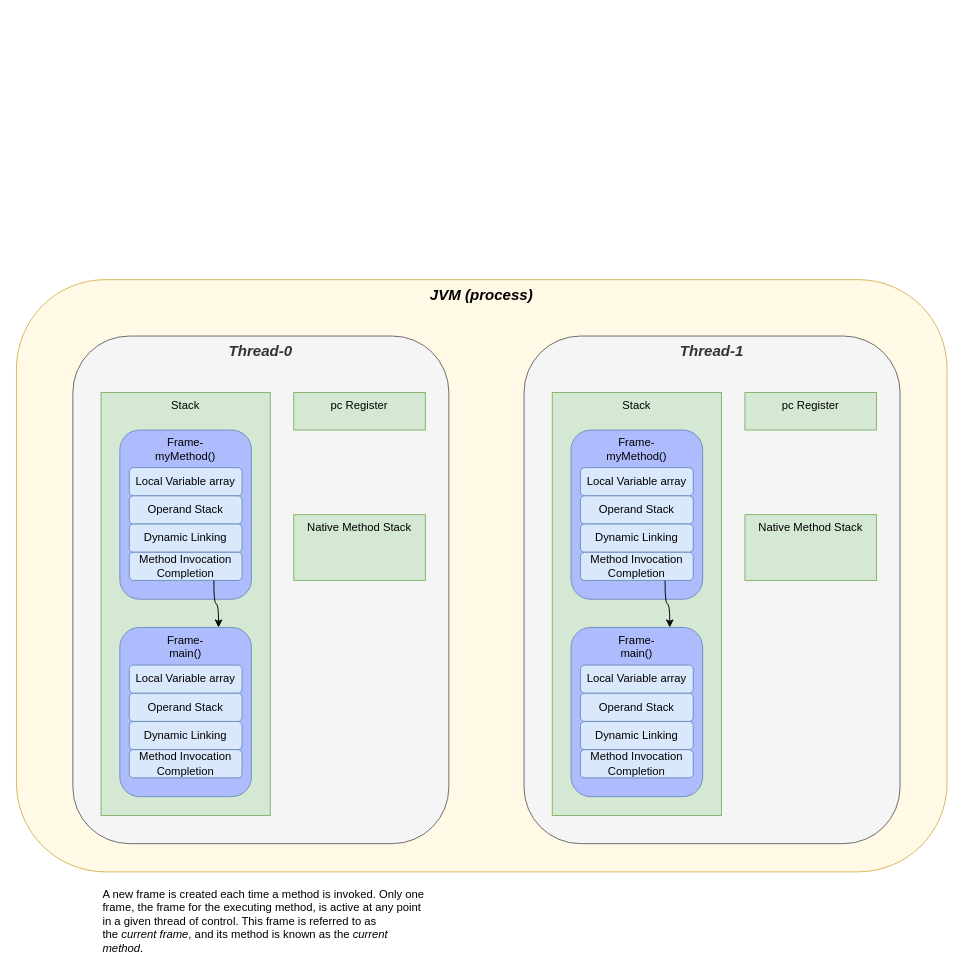
Before: page "JVM Overview" (1 of 2) of Java/JVM/JVM-overview.drawio in xzhhzx/study-note, a draw.io diagram. Source tidied: cells renumbered, new cells numbered last; positions are measured from the earlier drawing's top-left corner, leaving out a move shared by most shapes. Both pictures are drawn from the tidied source at 94%, with x=0, y=0 at pixel (16, 279).
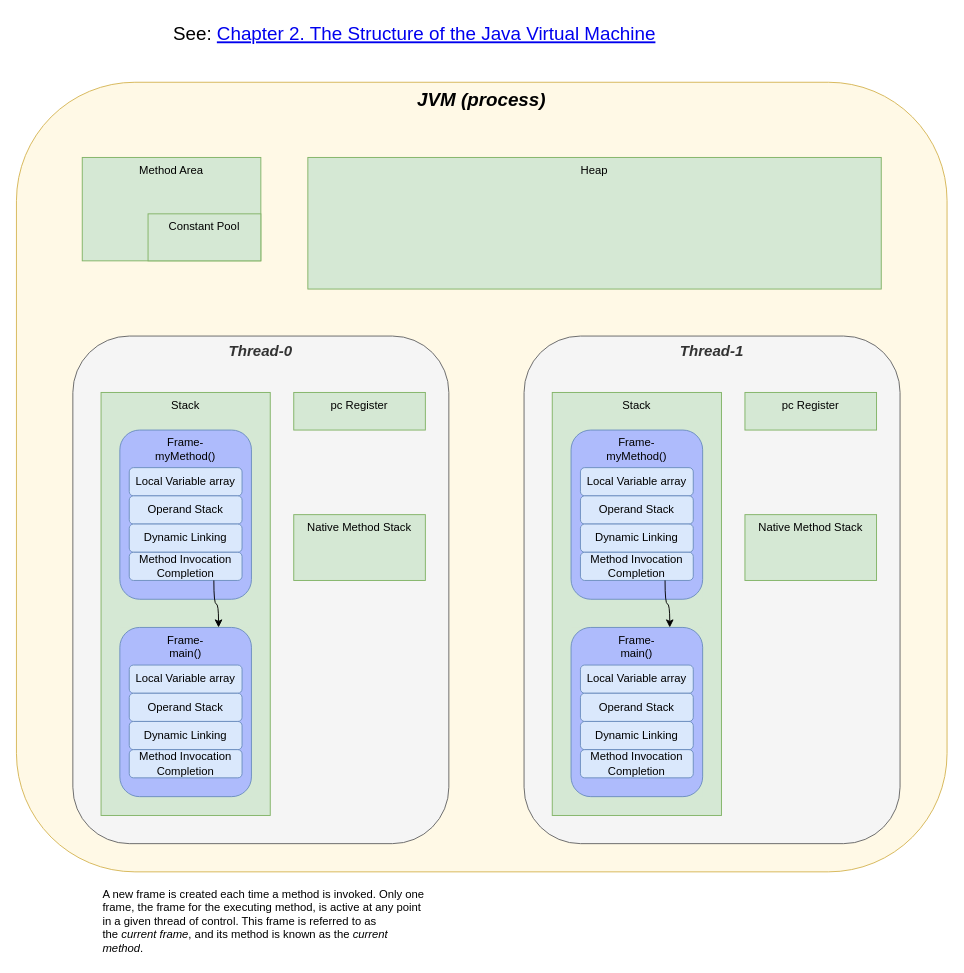
The same page after the edit.

What changed in the source:
```diff
@@
-    <mxCell id="2" value="&lt;b&gt;&lt;i&gt;&lt;font style=&quot;font-size: 16px;&quot;&gt;JVM (process)&lt;/font&gt;&lt;/i&gt;&lt;/b&gt;" style="rounded=1;whiteSpace=wrap;html=1;horizontal=1;verticalAlign=top;fillColor=#FFF9E6;strokeColor=#d6b656;" parent="1" vertex="1">
-      <mxGeometry width="990" height="630" as="geometry" />
+    <mxCell id="2" value="&lt;b&gt;&lt;i&gt;&lt;font style=&quot;font-size: 20px;&quot;&gt;JVM (process)&lt;/font&gt;&lt;/i&gt;&lt;/b&gt;" style="rounded=1;whiteSpace=wrap;html=1;horizontal=1;verticalAlign=top;fillColor=#FFF9E6;strokeColor=#d6b656;" parent="1" vertex="1">
+      <mxGeometry y="-210" width="990" height="840" as="geometry" />
     </mxCell>
@@
+    <mxCell id="38" value="Method Area" style="rounded=0;whiteSpace=wrap;html=1;verticalAlign=top;fillColor=#d5e8d4;strokeColor=#82b366;" parent="1" vertex="1">
+      <mxGeometry x="70" y="-130" width="190" height="110" as="geometry" />
+    </mxCell>
+    <mxCell id="39" value="Heap" style="rounded=0;whiteSpace=wrap;html=1;verticalAlign=top;fillColor=#d5e8d4;strokeColor=#82b366;" parent="1" vertex="1">
+      <mxGeometry x="310" y="-130" width="610" height="140" as="geometry" />
+    </mxCell>
+    <mxCell id="40" value="See:&amp;nbsp;&lt;a href=&quot;https://docs.oracle.com/javase/specs/jvms/se8/html/jvms-2.html#jvms-2.5&quot; style=&quot;font-size: 20px;&quot;&gt;Chapter&amp;nbsp;2.&amp;nbsp;The Structure of the Java Virtual Machine&lt;/a&gt;" style="text;whiteSpace=wrap;html=1;fontSize=20;" parent="1" vertex="1">
+      <mxGeometry x="165" y="-280" width="660" height="40" as="geometry" />
+    </mxCell>
+    <mxCell id="41" value="Constant Pool" style="rounded=0;whiteSpace=wrap;html=1;verticalAlign=top;fillColor=#d5e8d4;strokeColor=#82b366;" parent="1" vertex="1">
+      <mxGeometry x="140" y="-70" width="120" height="50" as="geometry" />
+    </mxCell>
```
